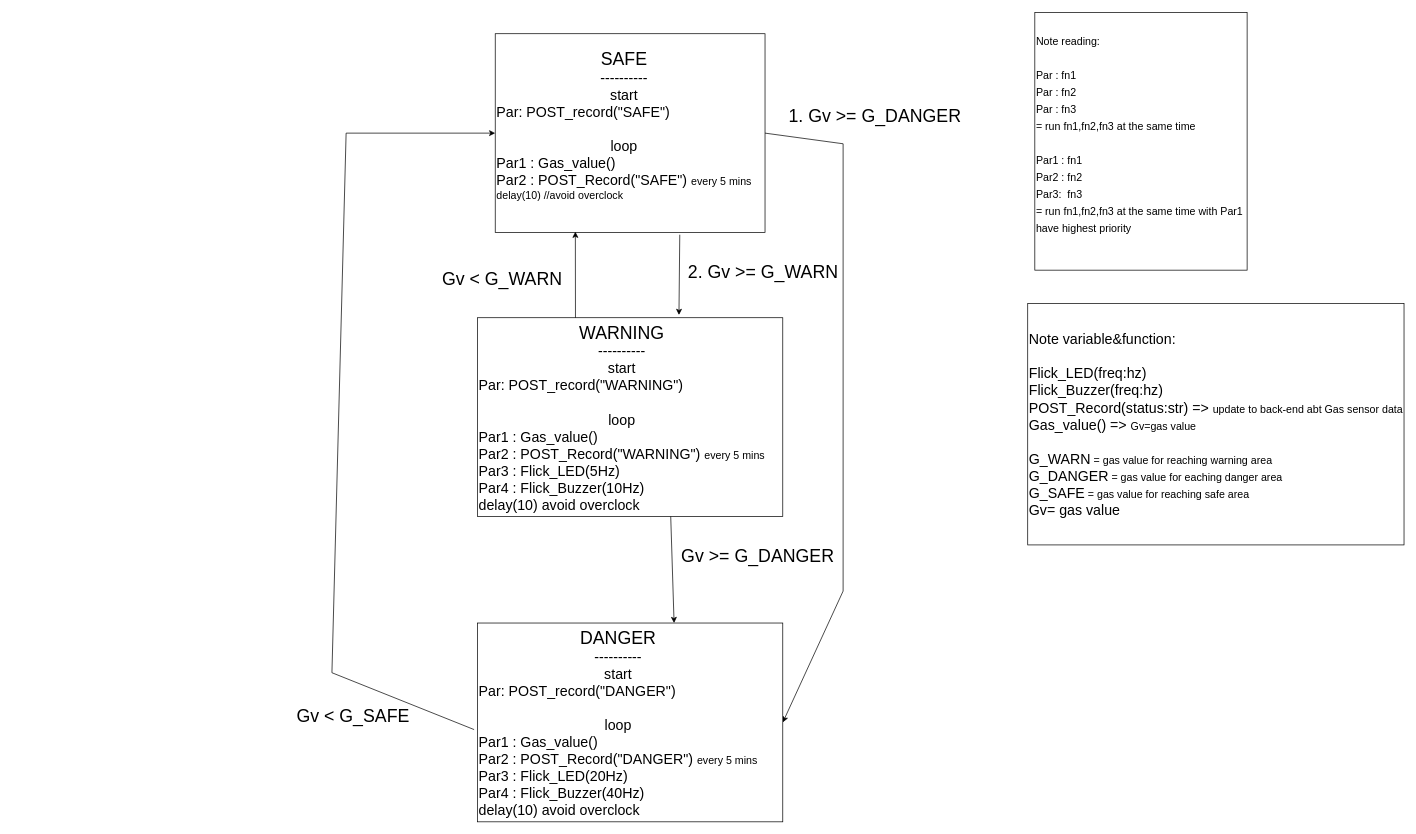
exceed19-02/Gas-detector-hardware keeps this draw.io diagram as Gas-Detector-State.drawio. Above is the earlier version. Source tidied: cells renumbered, new cells numbered last; positions are measured from the earlier drawing's top-left corner, leaving out a move shared by most shapes. Both pictures are drawn from the tidied source at 71%, with x=0, y=0 at pixel (282, 12).
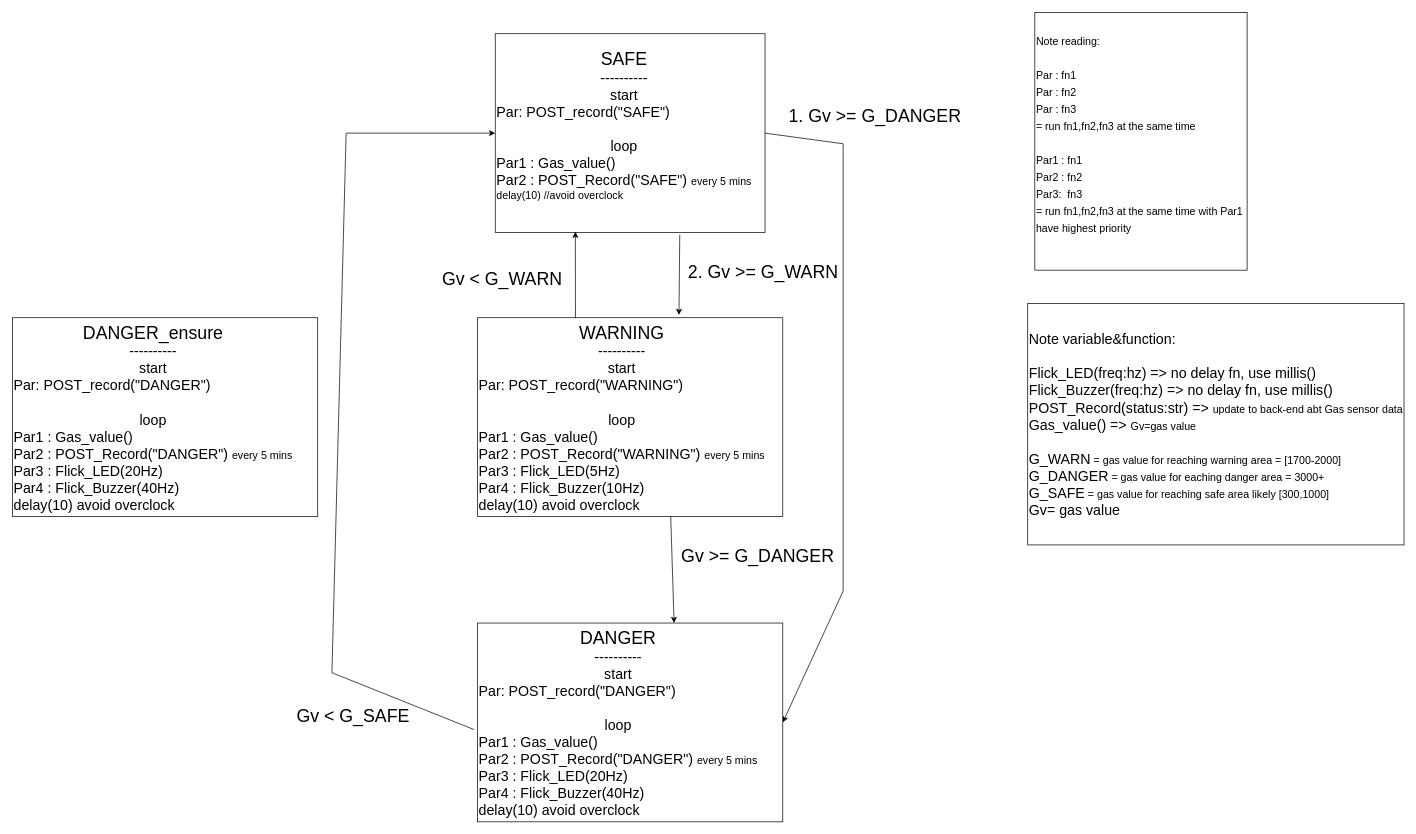
After the change.

The edit, as a diff of the source:
```diff
@@
-    <mxCell id="7" value="Note variable&amp;amp;function:&lt;br&gt;&lt;br&gt;Flick_LED(freq:hz)&lt;br&gt;Flick_Buzzer(freq:hz)&lt;br&gt;POST_Record(status:str) =&amp;gt; &lt;font style=&quot;&quot;&gt;&lt;span style=&quot;font-size: 15px;&quot;&gt;update to back-end abt Gas sensor data&lt;br&gt;&lt;/span&gt;Gas_value() =&amp;gt; &lt;font style=&quot;font-size: 15px;&quot;&gt;Gv=gas value&lt;/font&gt;&lt;br&gt;&lt;br&gt;&lt;font style=&quot;font-size: 20px;&quot;&gt;G_WARN&lt;/font&gt;&lt;/font&gt;&lt;font style=&quot;&quot;&gt;&lt;span style=&quot;font-size: 15px;&quot;&gt;&amp;nbsp;= gas value for reaching warning area&lt;/span&gt;&lt;br&gt;&lt;font style=&quot;font-size: 20px;&quot;&gt;G_DANGER&lt;/font&gt;&lt;/font&gt;&lt;font style=&quot;&quot;&gt;&lt;span style=&quot;font-size: 15px;&quot;&gt;&amp;nbsp;= gas value for eaching danger area&lt;/span&gt;&lt;br&gt;&lt;font style=&quot;font-size: 20px;&quot;&gt;G_SAFE&lt;/font&gt;&lt;/font&gt;&lt;font style=&quot;&quot;&gt;&lt;span style=&quot;font-size: 15px;&quot;&gt;&amp;nbsp;= gas value for reaching safe area&lt;/span&gt;&lt;br&gt;&lt;font style=&quot;font-size: 20px;&quot;&gt;Gv= gas value&lt;/font&gt;&lt;br&gt;&lt;/font&gt;" style="rounded=0;whiteSpace=wrap;html=1;fontSize=20;align=left;" parent="1" vertex="1">
+    <mxCell id="7" value="Note variable&amp;amp;function:&lt;br&gt;&lt;br&gt;Flick_LED(freq:hz) =&amp;gt; no delay fn, use millis()&lt;br&gt;Flick_Buzzer(freq:hz) =&amp;gt; no delay fn, use millis()&lt;br&gt;POST_Record(status:str) =&amp;gt; &lt;font style=&quot;&quot;&gt;&lt;span style=&quot;font-size: 15px;&quot;&gt;update to back-end abt Gas sensor data&lt;br&gt;&lt;/span&gt;Gas_value() =&amp;gt; &lt;font style=&quot;font-size: 15px;&quot;&gt;Gv=gas value&lt;/font&gt;&lt;br&gt;&lt;br&gt;&lt;font style=&quot;font-size: 20px;&quot;&gt;G_WARN&lt;/font&gt;&lt;/font&gt;&lt;font style=&quot;&quot;&gt;&lt;span style=&quot;font-size: 15px;&quot;&gt;&amp;nbsp;= gas value for reaching warning area = [1700-2000]&lt;/span&gt;&lt;br&gt;&lt;font style=&quot;font-size: 20px;&quot;&gt;G_DANGER&lt;/font&gt;&lt;/font&gt;&lt;font style=&quot;&quot;&gt;&lt;span style=&quot;font-size: 15px;&quot;&gt;&amp;nbsp;= gas value for eaching danger area = 3000+&lt;/span&gt;&lt;br&gt;&lt;font style=&quot;font-size: 20px;&quot;&gt;G_SAFE&lt;/font&gt;&lt;/font&gt;&lt;font style=&quot;&quot;&gt;&lt;span style=&quot;font-size: 15px;&quot;&gt;&amp;nbsp;= gas value for reaching safe area likely [300,1000]&lt;/span&gt;&lt;br&gt;&lt;font style=&quot;font-size: 20px;&quot;&gt;Gv= gas value&lt;/font&gt;&lt;br&gt;&lt;/font&gt;" style="rounded=0;whiteSpace=wrap;html=1;fontSize=20;align=left;" parent="1" vertex="1">
       <mxGeometry x="1050" y="410" width="530" height="340" as="geometry" />
     </mxCell>
@@
+    <mxCell id="17" value="&lt;div style=&quot;text-align: center;&quot;&gt;&lt;span style=&quot;background-color: initial;&quot;&gt;&lt;font style=&quot;font-size: 25px;&quot;&gt;DANGER_ensure&lt;/font&gt;&lt;/span&gt;&lt;/div&gt;&lt;div style=&quot;text-align: center; font-size: 20px;&quot;&gt;&lt;span style=&quot;background-color: initial;&quot;&gt;&lt;font style=&quot;font-size: 20px;&quot;&gt;----------&lt;/font&gt;&lt;/span&gt;&lt;/div&gt;&lt;div style=&quot;text-align: center; font-size: 20px;&quot;&gt;start&lt;/div&gt;&lt;div style=&quot;font-size: 20px;&quot;&gt;Par: POST_record(&quot;DANGER&quot;)&lt;/div&gt;&lt;div style=&quot;font-size: 20px;&quot;&gt;&lt;br&gt;&lt;/div&gt;&lt;div style=&quot;text-align: center; font-size: 20px;&quot;&gt;&lt;font style=&quot;font-size: 20px;&quot;&gt;loop&lt;/font&gt;&lt;/div&gt;&lt;div style=&quot;font-size: 20px;&quot;&gt;Par1 : Gas_value()&lt;br&gt;&lt;/div&gt;&lt;div style=&quot;&quot;&gt;&lt;font style=&quot;font-size: 20px;&quot;&gt;Par2 : POST_Record(&quot;DANGER&quot;) &lt;/font&gt;&lt;font style=&quot;font-size: 15px;&quot;&gt;every 5 mins&lt;/font&gt;&lt;/div&gt;&lt;div style=&quot;font-size: 20px;&quot;&gt;Par3 : Flick_LED(20Hz)&lt;/div&gt;&lt;div style=&quot;font-size: 20px;&quot;&gt;Par4 : Flick_Buzzer(40Hz)&lt;/div&gt;&lt;div style=&quot;font-size: 20px;&quot;&gt;delay(10) avoid overclock&lt;/div&gt;" style="rounded=0;whiteSpace=wrap;html=1;align=left;" parent="1" vertex="1">
+      <mxGeometry x="-380" y="430" width="430" height="280" as="geometry" />
+    </mxCell>
```
